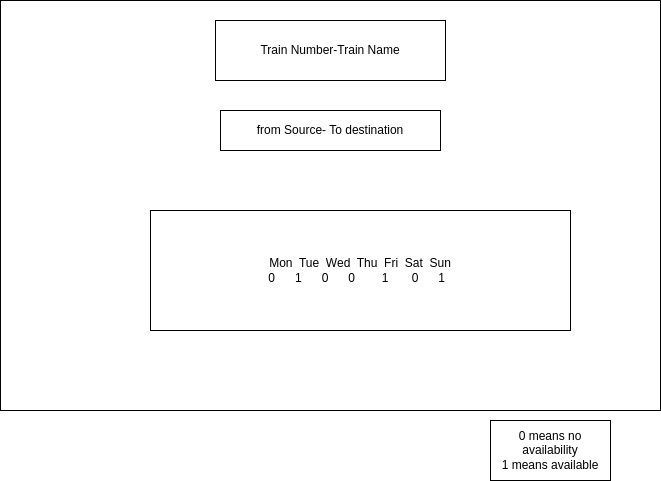
Above: SearchByTrainNumberUi.drawio.png in cdac-project-2025/project-diagrams (draw.io), before the change. Source tidied: cells renumbered, new cells last; positions are measured from the earlier drawing's top-left corner, leaving out a move shared by most shapes.
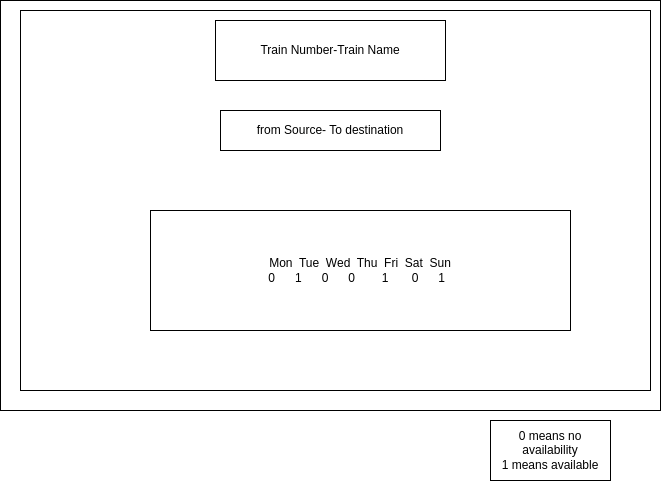
After the change.

Change to the diagram source:
```diff
@@ -5,6 +5,9 @@
     <mxCell id="2" style="verticalLabelPosition=bottom;verticalAlign=top;html=1;shape=mxgraph.basic.rect;fillColor2=none;strokeWidth=1;size=20;indent=5;" parent="1" vertex="1">
       <mxGeometry width="660" height="410" as="geometry" />
     </mxCell>
+    <mxCell id="7" style="rounded=0;whiteSpace=wrap;html=1;" parent="1" vertex="1">
+      <mxGeometry x="20" y="10" width="630" height="380" as="geometry" />
+    </mxCell>
     <mxCell id="3" value="Train Number-Train Name" style="rounded=0;whiteSpace=wrap;html=1;" parent="1" vertex="1">
       <mxGeometry x="215" y="20" width="230" height="60" as="geometry" />
     </mxCell>
```
